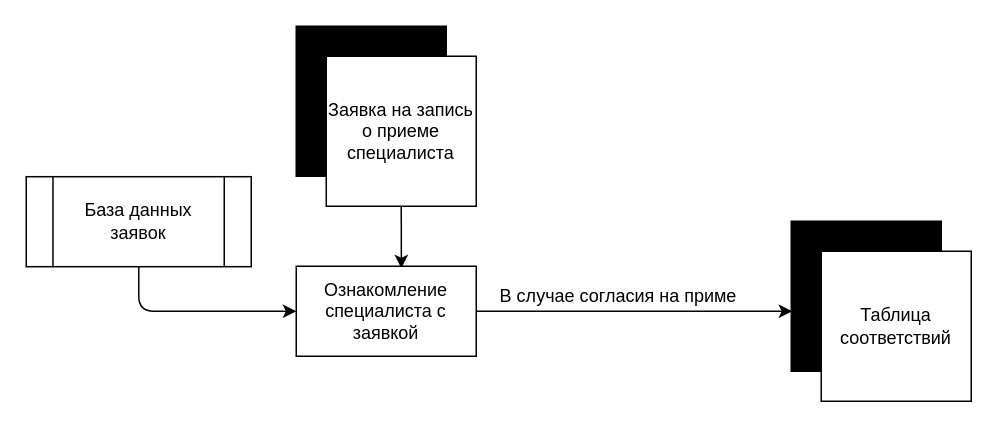
This is Лабораторная работа 2/DFD.drawio from nikitadubinsk/laboratorySoftwareEngineering, a draw.io file, before an edit. Source tidied: cells renumbered, new cells numbered last; positions are measured from the earlier drawing's top-left corner, leaving out a move shared by most shapes. Both pictures are drawn from the tidied source at 150%, with x=0, y=0 at pixel (26, 26).
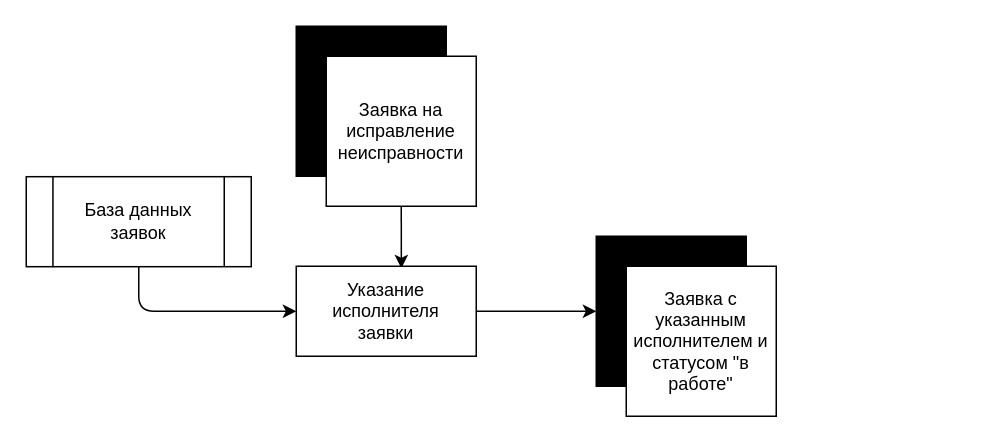
After the change.

Diff of the diagram source:
```diff
@@
 <mxGraphModel>
   <root>
     <mxCell id="0" />
     <mxCell id="1" parent="0" />
     <mxCell id="2" style="whiteSpace=wrap;html=1;fillColor=#000000;" parent="1" vertex="1">
       <mxGeometry x="180" width="100" height="100" as="geometry" />
     </mxCell>
-    <mxCell id="3" value="Заявка на запись о приеме специалиста" style="whiteSpace=wrap;html=1;fillColor=#FFFFFF;" parent="1" vertex="1">
+    <mxCell id="3" value="Заявка на исправление неисправности" style="whiteSpace=wrap;html=1;fillColor=#FFFFFF;" parent="1" vertex="1">
       <mxGeometry x="200" y="20" width="100" height="100" as="geometry" />
     </mxCell>
     <mxCell id="4" style="endArrow=classic;html=1;exitX=0.5;exitY=1;exitDx=0;exitDy=0;entryX=0.584;entryY=0.023;entryDx=0;entryDy=0;entryPerimeter=0;" parent="1" edge="1" source="3" target="5">
       <mxGeometry relative="1" as="geometry" />
     </mxCell>
-    <mxCell id="5" value="Ознакомление специалиста с заявкой" style="rounded=0;whiteSpace=wrap;html=1;fillColor=#FFFFFF;" parent="1" vertex="1">
+    <mxCell id="5" value="Указание исполнителя &lt;br&gt;заявки" style="rounded=0;whiteSpace=wrap;html=1;fillColor=#FFFFFF;" parent="1" vertex="1">
       <mxGeometry x="180" y="160" width="120" height="60" as="geometry" />
     </mxCell>
     <mxCell id="6" style="whiteSpace=wrap;html=1;fillColor=#000000;" parent="1" vertex="1">
-      <mxGeometry x="510" y="130" width="100" height="100" as="geometry" />
+      <mxGeometry x="380" y="140" width="100" height="100" as="geometry" />
     </mxCell>
-    <mxCell id="7" value="Таблица соответствий" style="whiteSpace=wrap;html=1;fillColor=#FFFFFF;" parent="1" vertex="1">
-      <mxGeometry x="530" y="150" width="100" height="100" as="geometry" />
+    <mxCell id="7" value="Заявка с указанным исполнителем и статусом &quot;в работе&quot;" style="whiteSpace=wrap;html=1;fillColor=#FFFFFF;" parent="1" vertex="1">
+      <mxGeometry x="400" y="160" width="100" height="100" as="geometry" />
     </mxCell>
     <mxCell id="8" value="База данных&lt;br&gt;заявок" style="rounded=0;whiteSpace=wrap;html=1;fillColor=#FFFFFF;" parent="1" vertex="1">
       <mxGeometry y="100.3" width="150" height="60" as="geometry" />
     </mxCell>
     <mxCell id="9" style="endArrow=none;html=1;exitX=0.065;exitY=1.007;exitDx=0;exitDy=0;exitPerimeter=0;entryX=0.065;entryY=0.002;entryDx=0;entryDy=0;entryPerimeter=0;" parent="1" edge="1">
       <mxGeometry relative="1" as="geometry">
         <mxPoint x="17.8" y="160.7" as="sourcePoint" />
         <mxPoint x="17.8" y="100.4" as="targetPoint" />
       </mxGeometry>
     </mxCell>
     <mxCell id="10" style="endArrow=none;html=1;exitX=0.065;exitY=1.007;exitDx=0;exitDy=0;exitPerimeter=0;entryX=0.065;entryY=0.002;entryDx=0;entryDy=0;entryPerimeter=0;" parent="1" edge="1">
       <mxGeometry relative="1" as="geometry">
         <mxPoint x="132" y="160.3" as="sourcePoint" />
         <mxPoint x="132" y="100" as="targetPoint" />
       </mxGeometry>
     </mxCell>
     <mxCell id="11" style="endArrow=classic;html=1;exitX=1;exitY=0.5;exitDx=0;exitDy=0;" parent="1" edge="1" source="5">
       <mxGeometry relative="1" as="geometry">
-        <mxPoint x="510.6" y="190" as="targetPoint" />
+        <mxPoint x="380" y="190" as="targetPoint" />
       </mxGeometry>
     </mxCell>
-    <mxCell id="12" value="В случае согласия на приме" style="text;html=1;strokeColor=none;fillColor=none;align=center;verticalAlign=middle;whiteSpace=wrap;rounded=0;" parent="1" vertex="1">
-      <mxGeometry x="290" y="170" width="210" height="20" as="geometry" />
-    </mxCell>
     <mxCell id="13" style="edgeStyle=segmentEdgeStyle;endArrow=classic;html=1;exitX=0.5;exitY=1;exitDx=0;exitDy=0;entryX=0;entryY=0.5;entryDx=0;entryDy=0;" parent="1" edge="1" source="8" target="5">
       <mxGeometry relative="1" as="geometry">
         <Array as="points">
           <mxPoint x="75" y="190" />
         </Array>
       </mxGeometry>
     </mxCell>
   </root>
 </mxGraphModel>
```
